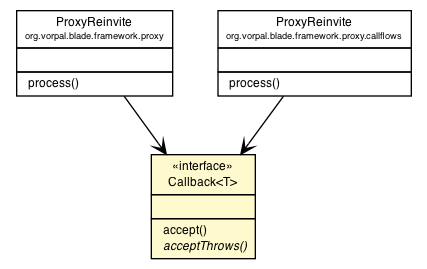
Before: blade/vorpal-blade-library-framework/org/vorpal/blade/framework/callflow/Callback.png, a diagram exported from Graphviz (vorpalnet/vorpalnet.github.io). Its source is kept beside it as blade/vorpal-blade-library-framework/org/vorpal/blade/framework/callflow/Callback.dot. Its diagram source:
```dot

digraph G {
	edge [fontname="Helvetica",fontsize=10,labelfontname="Helvetica",labelfontsize=10];
	node [fontname="Helvetica",fontsize=10,shape=plaintext];
	nodesep=0.25;
	ranksep=0.5;
	c868 [label=<<table title="org.vorpal.blade.framework.callflow.Callback" border="0" cellborder="1" cellspacing="0" cellpadding="2" port="p" bgcolor="lemonChiffon" href="./Callback.html">
		<tr><td><table border="0" cellspacing="0" cellpadding="1">
<tr><td align="center" balign="center"> &#171;interface&#187; </td></tr>
<tr><td align="center" balign="center"> Callback&lt;T&gt; </td></tr>
		</table></td></tr>
		<tr><td><table border="0" cellspacing="0" cellpadding="1">
<tr><td align="left" balign="left">  </td></tr>
		</table></td></tr>
		<tr><td><table border="0" cellspacing="0" cellpadding="1">
<tr><td align="left" balign="left">  accept() </td></tr>
<tr><td align="left" balign="left"><font face="Helvetica-Oblique" point-size="9.0">  acceptThrows() </font></td></tr>
		</table></td></tr>
		</table>>, fontname="Helvetica", fontcolor="black", fontsize=9.0];
	c892 [label=<<table title="org.vorpal.blade.framework.proxy.ProxyReinvite" border="0" cellborder="1" cellspacing="0" cellpadding="2" port="p" href="../proxy/ProxyReinvite.html">
		<tr><td><table border="0" cellspacing="0" cellpadding="1">
<tr><td align="center" balign="center"> ProxyReinvite </td></tr>
<tr><td align="center" balign="center"><font point-size="7.0"> org.vorpal.blade.framework.proxy </font></td></tr>
		</table></td></tr>
		<tr><td><table border="0" cellspacing="0" cellpadding="1">
<tr><td align="left" balign="left">  </td></tr>
		</table></td></tr>
		<tr><td><table border="0" cellspacing="0" cellpadding="1">
<tr><td align="left" balign="left">  process() </td></tr>
		</table></td></tr>
		</table>>, fontname="Helvetica", fontcolor="black", fontsize=9.0];
	c898 [label=<<table title="org.vorpal.blade.framework.proxy.callflows.ProxyReinvite" border="0" cellborder="1" cellspacing="0" cellpadding="2" port="p" href="../proxy/callflows/ProxyReinvite.html">
		<tr><td><table border="0" cellspacing="0" cellpadding="1">
<tr><td align="center" balign="center"> ProxyReinvite </td></tr>
<tr><td align="center" balign="center"><font point-size="7.0"> org.vorpal.blade.framework.proxy.callflows </font></td></tr>
		</table></td></tr>
		<tr><td><table border="0" cellspacing="0" cellpadding="1">
<tr><td align="left" balign="left">  </td></tr>
		</table></td></tr>
		<tr><td><table border="0" cellspacing="0" cellpadding="1">
<tr><td align="left" balign="left">  process() </td></tr>
		</table></td></tr>
		</table>>, fontname="Helvetica", fontcolor="black", fontsize=9.0];
	c892:p -> c868:p [taillabel="", label="", headlabel="", fontname="Helvetica", fontcolor="black", fontsize=10.0, color="black", arrowhead=open];
	c898:p -> c868:p [taillabel="", label="", headlabel="", fontname="Helvetica", fontcolor="black", fontsize=10.0, color="black", arrowhead=open];
}
```
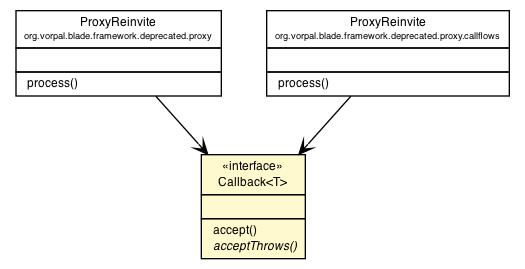
Above is the later version.

What changed in the source:
```diff
@@ -4,7 +4,7 @@
 	node [fontname="Helvetica",fontsize=10,shape=plaintext];
 	nodesep=0.25;
 	ranksep=0.5;
-	c868 [label=<<table title="org.vorpal.blade.framework.callflow.Callback" border="0" cellborder="1" cellspacing="0" cellpadding="2" port="p" bgcolor="lemonChiffon" href="./Callback.html">
+	c1261 [label=<<table title="org.vorpal.blade.framework.callflow.Callback" border="0" cellborder="1" cellspacing="0" cellpadding="2" port="p" bgcolor="lemonChiffon" href="./Callback.html">
 		<tr><td><table border="0" cellspacing="0" cellpadding="1">
 <tr><td align="center" balign="center"> &#171;interface&#187; </td></tr>
 <tr><td align="center" balign="center"> Callback&lt;T&gt; </td></tr>
@@ -17,10 +17,10 @@
 <tr><td align="left" balign="left"><font face="Helvetica-Oblique" point-size="9.0">  acceptThrows() </font></td></tr>
 		</table></td></tr>
 		</table>>, fontname="Helvetica", fontcolor="black", fontsize=9.0];
-	c892 [label=<<table title="org.vorpal.blade.framework.proxy.ProxyReinvite" border="0" cellborder="1" cellspacing="0" cellpadding="2" port="p" href="../proxy/ProxyReinvite.html">
+	c1292 [label=<<table title="org.vorpal.blade.framework.deprecated.proxy.ProxyReinvite" border="0" cellborder="1" cellspacing="0" cellpadding="2" port="p" href="../deprecated/proxy/ProxyReinvite.html">
 		<tr><td><table border="0" cellspacing="0" cellpadding="1">
 <tr><td align="center" balign="center"> ProxyReinvite </td></tr>
-<tr><td align="center" balign="center"><font point-size="7.0"> org.vorpal.blade.framework.proxy </font></td></tr>
+<tr><td align="center" balign="center"><font point-size="7.0"> org.vorpal.blade.framework.deprecated.proxy </font></td></tr>
 		</table></td></tr>
 		<tr><td><table border="0" cellspacing="0" cellpadding="1">
 <tr><td align="left" balign="left">  </td></tr>
@@ -29,10 +29,10 @@
 <tr><td align="left" balign="left">  process() </td></tr>
 		</table></td></tr>
 		</table>>, fontname="Helvetica", fontcolor="black", fontsize=9.0];
-	c898 [label=<<table title="org.vorpal.blade.framework.proxy.callflows.ProxyReinvite" border="0" cellborder="1" cellspacing="0" cellpadding="2" port="p" href="../proxy/callflows/ProxyReinvite.html">
+	c1298 [label=<<table title="org.vorpal.blade.framework.deprecated.proxy.callflows.ProxyReinvite" border="0" cellborder="1" cellspacing="0" cellpadding="2" port="p" href="../deprecated/proxy/callflows/ProxyReinvite.html">
 		<tr><td><table border="0" cellspacing="0" cellpadding="1">
 <tr><td align="center" balign="center"> ProxyReinvite </td></tr>
-<tr><td align="center" balign="center"><font point-size="7.0"> org.vorpal.blade.framework.proxy.callflows </font></td></tr>
+<tr><td align="center" balign="center"><font point-size="7.0"> org.vorpal.blade.framework.deprecated.proxy.callflows </font></td></tr>
 		</table></td></tr>
 		<tr><td><table border="0" cellspacing="0" cellpadding="1">
 <tr><td align="left" balign="left">  </td></tr>
@@ -41,6 +41,6 @@
 <tr><td align="left" balign="left">  process() </td></tr>
 		</table></td></tr>
 		</table>>, fontname="Helvetica", fontcolor="black", fontsize=9.0];
-	c892:p -> c868:p [taillabel="", label="", headlabel="", fontname="Helvetica", fontcolor="black", fontsize=10.0, color="black", arrowhead=open];
-	c898:p -> c868:p [taillabel="", label="", headlabel="", fontname="Helvetica", fontcolor="black", fontsize=10.0, color="black", arrowhead=open];
+	c1292:p -> c1261:p [taillabel="", label="", headlabel="", fontname="Helvetica", fontcolor="black", fontsize=10.0, color="black", arrowhead=open];
+	c1298:p -> c1261:p [taillabel="", label="", headlabel="", fontname="Helvetica", fontcolor="black", fontsize=10.0, color="black", arrowhead=open];
 }
```
